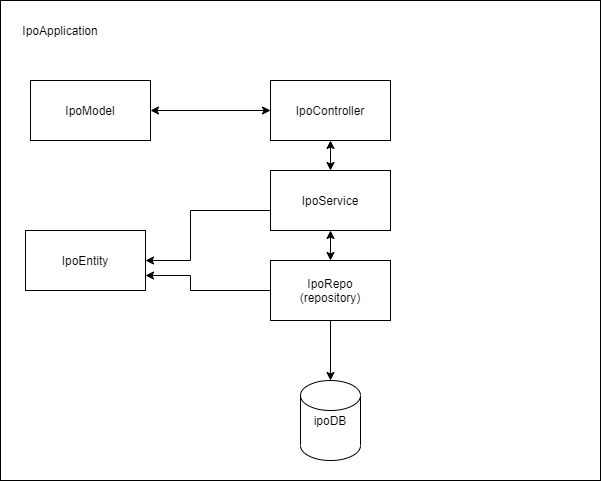
Earlier version of the draw.io export UML Diagrams/ipo arch block.png (Preyashi123/companyms). Source tidied: cells renumbered, new cells last; positions are measured from the earlier drawing's top-left corner, leaving out a move shared by most shapes.
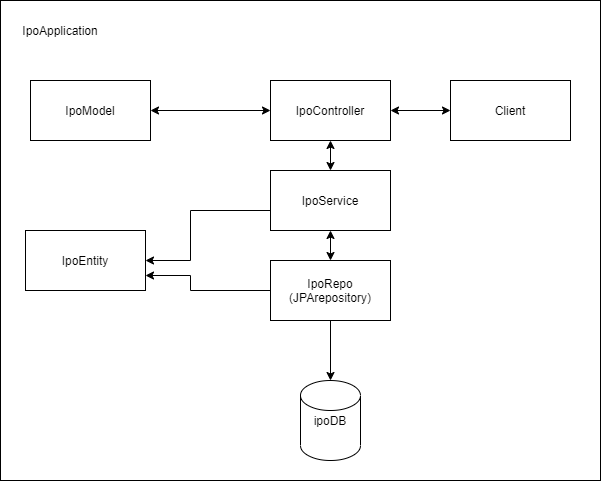
Later version of the same file.

Change to the diagram source:
```diff
@@ -33,7 +33,7 @@
     <mxCell id="8" style="edgeStyle=orthogonalEdgeStyle;rounded=0;jettySize=auto;html=1;" parent="1" edge="1" source="9" target="10">
       <mxGeometry relative="1" as="geometry" />
     </mxCell>
-    <mxCell id="9" value="IpoRepo&lt;br&gt;(repository)" style="rounded=0;whiteSpace=wrap;html=1;" parent="1" vertex="1">
+    <mxCell id="9" value="IpoRepo&lt;br&gt;(JPArepository)" style="rounded=0;whiteSpace=wrap;html=1;" parent="1" vertex="1">
       <mxGeometry x="270" y="260" width="120" height="60" as="geometry" />
     </mxCell>
     <mxCell id="10" value="ipoDB" style="shape=cylinder2;whiteSpace=wrap;html=1;boundedLbl=1;backgroundOutline=1;size=15;" parent="1" vertex="1">
@@ -54,5 +54,11 @@
     <mxCell id="15" style="endArrow=classic;startArrow=classic;html=1;entryX=0;entryY=0.5;entryDx=0;entryDy=0;exitX=1;exitY=0.5;exitDx=0;exitDy=0;" parent="1" edge="1" source="3" target="4">
       <mxGeometry relative="1" as="geometry" />
     </mxCell>
+    <mxCell id="16" value="Client" style="rounded=0;whiteSpace=wrap;html=1;" parent="1" vertex="1">
+      <mxGeometry x="450" y="80" width="120" height="60" as="geometry" />
+    </mxCell>
+    <mxCell id="17" style="endArrow=classic;startArrow=classic;html=1;entryX=0;entryY=0.5;entryDx=0;entryDy=0;exitX=1;exitY=0.5;exitDx=0;exitDy=0;" parent="1" edge="1" source="4" target="16">
+      <mxGeometry relative="1" as="geometry" />
+    </mxCell>
   </root>
 </mxGraphModel>
```
